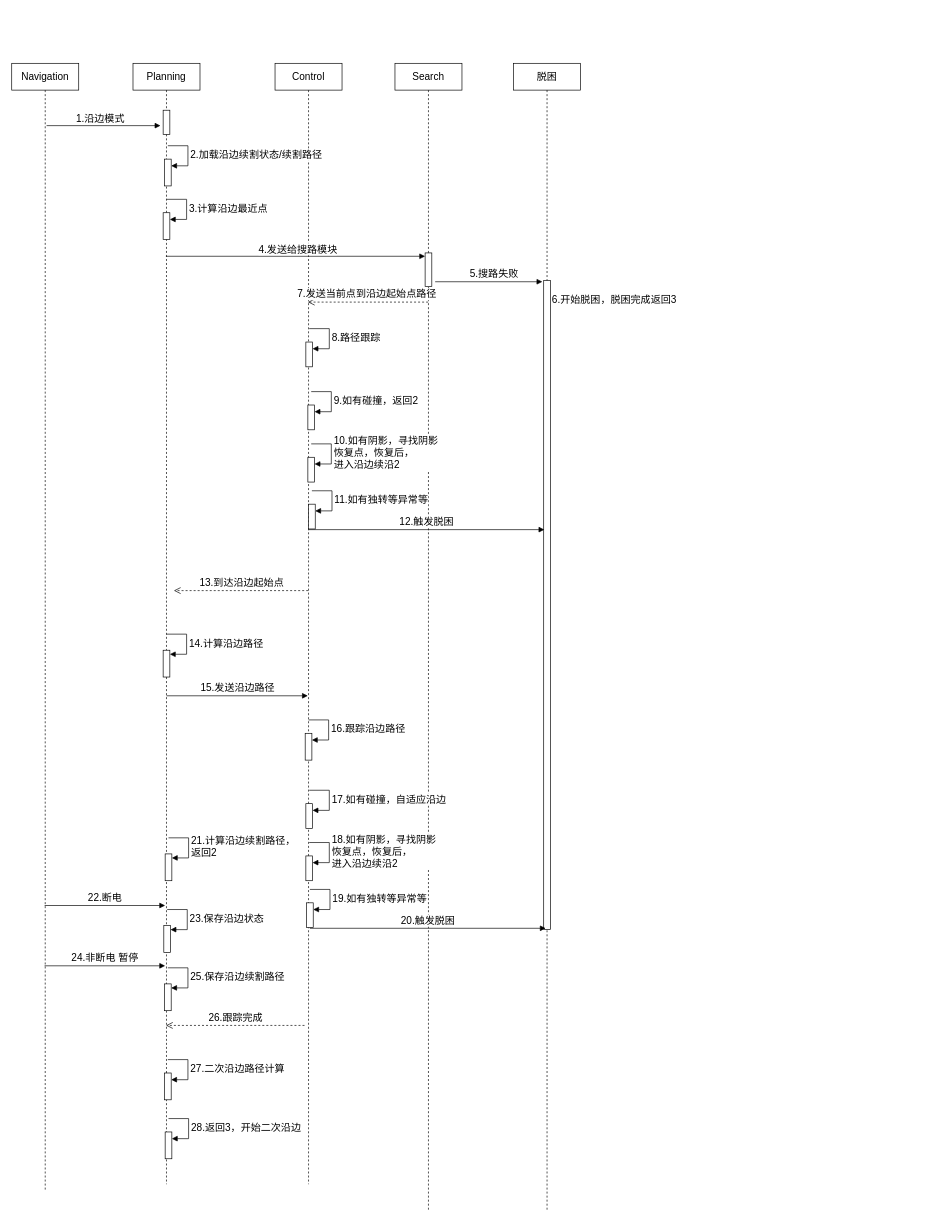
The draw.io diagram rtk_side_run.drawio in Hinson-A/draw.io_file, before the edit. Source tidied: cells renumbered, new cells numbered last; positions are measured from the earlier drawing's top-left corner, leaving out a move shared by most shapes. Both pictures are drawn from the tidied source at 67%, with x=0, y=0 at pixel (11, 63).
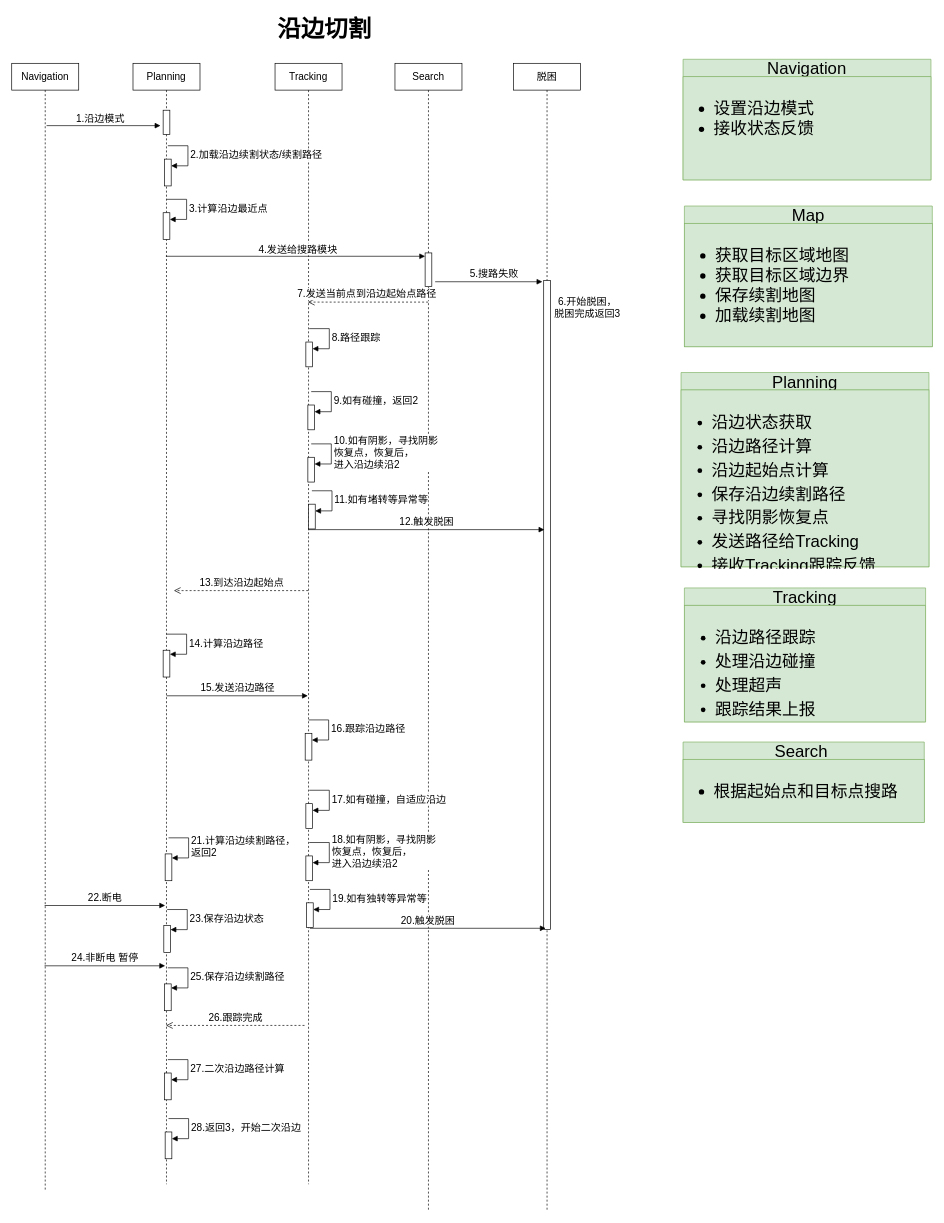
The same diagram, later.

Unchanged cells that the change refers to:
```xml
<mxCell id="44" style="html=1;points=[[0,0,0,0,5],[0,1,0,0,-5],[1,0,0,0,5],[1,1,0,0,-5]];perimeter=orthogonalPerimeter;outlineConnect=0;targetShapes=umlLifeline;portConstraint=eastwest;newEdgeStyle={&quot;curved&quot;:0,&quot;rounded&quot;:0};fontSize=15;" parent="1" vertex="1">
  <mxGeometry x="443" y="658" width="10" height="37" as="geometry" />
</mxCell>
```

What changed in the source:
```diff
@@
-    <mxCell id="6" value="Control" style="shape=umlLifeline;perimeter=lifelinePerimeter;whiteSpace=wrap;html=1;newEdgeStyle={&quot;curved&quot;:0,&quot;rounded&quot;:0};fontSize=15;" parent="1" vertex="1">
+    <mxCell id="6" value="Tracking" style="shape=umlLifeline;perimeter=lifelinePerimeter;whiteSpace=wrap;html=1;newEdgeStyle={&quot;curved&quot;:0,&quot;rounded&quot;:0};fontSize=15;" parent="1" vertex="1">
       <mxGeometry x="393" width="100" height="1673" as="geometry" />
     </mxCell>
@@
-    <mxCell id="19" value="6.开始脱困，脱困完成返回3" style="text;html=1;align=center;verticalAlign=middle;strokeColor=none;fillColor=none;fontSize=15;" parent="1" vertex="1">
-      <mxGeometry x="794" y="337" width="210" height="30" as="geometry" />
+    <mxCell id="19" value="6.开始脱困，&lt;br&gt;脱困完成返回3" style="text;html=1;align=center;verticalAlign=middle;strokeColor=none;fillColor=none;fontSize=15;" parent="1" vertex="1">
+      <mxGeometry x="799" y="339" width="120" height="50" as="geometry" />
     </mxCell>
@@
-    <mxCell id="45" value="11.如有独转等异常等" style="html=1;align=left;spacingLeft=2;endArrow=block;rounded=0;edgeStyle=orthogonalEdgeStyle;curved=0;rounded=0;fontSize=15;" parent="1" edge="1" target="44">
+    <mxCell id="45" value="11.如有堵转等异常等" style="html=1;align=left;spacingLeft=2;endArrow=block;rounded=0;edgeStyle=orthogonalEdgeStyle;curved=0;rounded=0;fontSize=15;" parent="1" edge="1" target="44">
       <mxGeometry relative="1" as="geometry">
         <mxPoint x="448" y="638" as="sourcePoint" />
         <Array as="points">
           <mxPoint x="478" y="668" />
         </Array>
       </mxGeometry>
     </mxCell>
@@
+    <mxCell id="57" value="Navigation" style="swimlane;fontStyle=0;horizontal=1;startSize=26;fillColor=#d5e8d4;whiteSpace=wrap;html=1;fontSize=25;strokeColor=#82b366;" parent="1" vertex="1">
+      <mxGeometry x="1002" y="-6" width="370" height="180" as="geometry" />
+    </mxCell>
+    <mxCell id="58" value="&lt;ul style=&quot;font-size: 25px;&quot;&gt;&lt;li style=&quot;font-size: 25px;&quot;&gt;设置沿边模式&lt;/li&gt;&lt;li style=&quot;font-size: 25px;&quot;&gt;接收状态反馈&lt;/li&gt;&lt;/ul&gt;" style="text;strokeColor=#82b366;fillColor=#d5e8d4;align=left;verticalAlign=top;spacingLeft=4;spacingRight=4;overflow=hidden;whiteSpace=wrap;html=1;fontSize=25;" parent="57" vertex="1">
+      <mxGeometry y="26" width="370" height="154" as="geometry" />
+    </mxCell>
+    <mxCell id="59" value="Planning" style="swimlane;fontStyle=0;horizontal=1;startSize=26;fillColor=#d5e8d4;whiteSpace=wrap;html=1;fontSize=25;strokeColor=#82b366;" parent="1" vertex="1">
+      <mxGeometry x="999" y="461.5" width="370" height="290" as="geometry" />
+    </mxCell>
+    <mxCell id="60" value="&lt;p style=&quot;line-height: 130%; font-size: 25px;&quot;&gt;&lt;/p&gt;&lt;pre style=&quot;line-height: 130%; font-size: 25px;&quot;&gt;&lt;ul style=&quot;font-size: 25px;&quot;&gt;&lt;li style=&quot;font-size: 25px;&quot;&gt;&lt;font face=&quot;Helvetica&quot; style=&quot;font-size: 25px;&quot;&gt;沿边状态获取&lt;/font&gt;&lt;/li&gt;&lt;li style=&quot;font-size: 25px;&quot;&gt;&lt;font face=&quot;Helvetica&quot; style=&quot;font-size: 25px;&quot;&gt;沿边路径计算&lt;/font&gt;&lt;/li&gt;&lt;li style=&quot;font-size: 25px;&quot;&gt;&lt;font face=&quot;Helvetica&quot; style=&quot;font-size: 25px;&quot;&gt;沿边起始点计算&lt;/font&gt;&lt;/li&gt;&lt;li style=&quot;font-size: 25px;&quot;&gt;&lt;font face=&quot;Helvetica&quot; style=&quot;font-size: 25px;&quot;&gt;保存沿边续割路径&lt;/font&gt;&lt;/li&gt;&lt;li style=&quot;font-size: 25px;&quot;&gt;&lt;font face=&quot;Helvetica&quot; style=&quot;font-size: 25px;&quot;&gt;寻找阴影恢复点&lt;/font&gt;&lt;/li&gt;&lt;li style=&quot;font-size: 25px;&quot;&gt;&lt;font face=&quot;Helvetica&quot; style=&quot;font-size: 25px;&quot;&gt;发送路径给Tracking&amp;nbsp;&lt;/font&gt;&lt;/li&gt;&lt;li style=&quot;font-size: 25px;&quot;&gt;&lt;font face=&quot;Helvetica&quot; style=&quot;font-size: 25px;&quot;&gt;接收Tracking跟踪反馈&lt;/font&gt;&lt;/li&gt;&lt;/ul&gt;&lt;/pre&gt;&lt;p style=&quot;font-size: 25px;&quot;&gt;&lt;/p&gt;&lt;p style=&quot;font-size: 25px;&quot;&gt;&lt;/p&gt;" style="text;strokeColor=#82b366;fillColor=#d5e8d4;align=left;verticalAlign=top;spacingLeft=4;spacingRight=4;overflow=hidden;whiteSpace=wrap;html=1;fontSize=25;" parent="59" vertex="1">
+      <mxGeometry y="26" width="370" height="264" as="geometry" />
+    </mxCell>
+    <mxCell id="61" value="Tracking" style="swimlane;fontStyle=0;horizontal=1;startSize=26;fillColor=#d5e8d4;whiteSpace=wrap;html=1;fontSize=25;strokeColor=#82b366;" parent="1" vertex="1">
+      <mxGeometry x="1004" y="783" width="360" height="200" as="geometry" />
+    </mxCell>
+    <mxCell id="62" value="&lt;pre style=&quot;line-height: 130%; font-size: 25px;&quot;&gt;&lt;ul style=&quot;font-size: 25px;&quot;&gt;&lt;li style=&quot;font-size: 25px;&quot;&gt;&lt;font face=&quot;Helvetica&quot;&gt;沿边路径跟踪&lt;/font&gt;&lt;/li&gt;&lt;li style=&quot;font-size: 25px;&quot;&gt;&lt;span style=&quot;background-color: initial; font-size: 25px;&quot;&gt;&lt;font face=&quot;Helvetica&quot;&gt;处理沿边碰撞&lt;/font&gt;&lt;/span&gt;&lt;/li&gt;&lt;li style=&quot;font-size: 25px;&quot;&gt;&lt;span style=&quot;background-color: initial; font-size: 25px;&quot;&gt;&lt;font face=&quot;Helvetica&quot;&gt;处理超声&lt;/font&gt;&lt;/span&gt;&lt;/li&gt;&lt;li style=&quot;font-size: 25px;&quot;&gt;&lt;span style=&quot;background-color: initial; font-size: 25px;&quot;&gt;&lt;font face=&quot;Helvetica&quot;&gt;跟踪结果上报&lt;/font&gt;&lt;/span&gt;&lt;/li&gt;&lt;/ul&gt;&lt;/pre&gt;" style="text;strokeColor=#82b366;fillColor=#d5e8d4;align=left;verticalAlign=top;spacingLeft=4;spacingRight=4;overflow=hidden;whiteSpace=wrap;html=1;fontSize=25;" parent="61" vertex="1">
+      <mxGeometry y="26" width="360" height="174" as="geometry" />
+    </mxCell>
+    <mxCell id="63" value="Search&amp;nbsp;" style="swimlane;fontStyle=0;horizontal=1;startSize=26;fillColor=#d5e8d4;whiteSpace=wrap;html=1;fontSize=25;strokeColor=#82b366;" parent="1" vertex="1">
+      <mxGeometry x="1002" y="1013" width="360" height="120" as="geometry" />
+    </mxCell>
+    <mxCell id="64" value="&lt;ul style=&quot;font-size: 25px;&quot;&gt;&lt;li style=&quot;font-size: 25px;&quot;&gt;根据起始点和目标点搜路&lt;/li&gt;&lt;/ul&gt;" style="text;strokeColor=#82b366;fillColor=#d5e8d4;align=left;verticalAlign=top;spacingLeft=4;spacingRight=4;overflow=hidden;whiteSpace=wrap;html=1;fontSize=25;" parent="63" vertex="1">
+      <mxGeometry y="26" width="360" height="94" as="geometry" />
+    </mxCell>
+    <mxCell id="65" value="Map" style="swimlane;fontStyle=0;horizontal=1;startSize=26;fillColor=#d5e8d4;whiteSpace=wrap;html=1;fontSize=25;strokeColor=#82b366;" parent="1" vertex="1">
+      <mxGeometry x="1004" y="213" width="370" height="210" as="geometry" />
+    </mxCell>
+    <mxCell id="66" value="&lt;p style=&quot;line-height: 120%; font-size: 25px;&quot;&gt;&lt;/p&gt;&lt;ul style=&quot;font-size: 25px;&quot;&gt;&lt;li style=&quot;font-size: 25px;&quot;&gt;获取目标区域地图&lt;/li&gt;&lt;li style=&quot;font-size: 25px;&quot;&gt;获取目标区域边界&lt;/li&gt;&lt;li style=&quot;font-size: 25px;&quot;&gt;保存续割地图&lt;/li&gt;&lt;li style=&quot;font-size: 25px;&quot;&gt;加载续割地图&lt;/li&gt;&lt;/ul&gt;&lt;p style=&quot;font-size: 25px;&quot;&gt;&lt;/p&gt;" style="text;strokeColor=#82b366;fillColor=#d5e8d4;align=left;verticalAlign=top;spacingLeft=4;spacingRight=4;overflow=hidden;whiteSpace=wrap;html=1;fontSize=25;" parent="65" vertex="1">
+      <mxGeometry y="26" width="370" height="184" as="geometry" />
+    </mxCell>
+    <mxCell id="67" value="&lt;font size=&quot;1&quot; style=&quot;&quot;&gt;&lt;span style=&quot;font-size: 35px;&quot;&gt;&lt;b&gt;沿边切割&lt;/b&gt;&lt;/span&gt;&lt;/font&gt;" style="text;html=1;strokeColor=none;fillColor=none;align=center;verticalAlign=middle;whiteSpace=wrap;rounded=0;" parent="1" vertex="1">
+      <mxGeometry x="302" y="-77" width="330" height="50" as="geometry" />
+    </mxCell>
```
